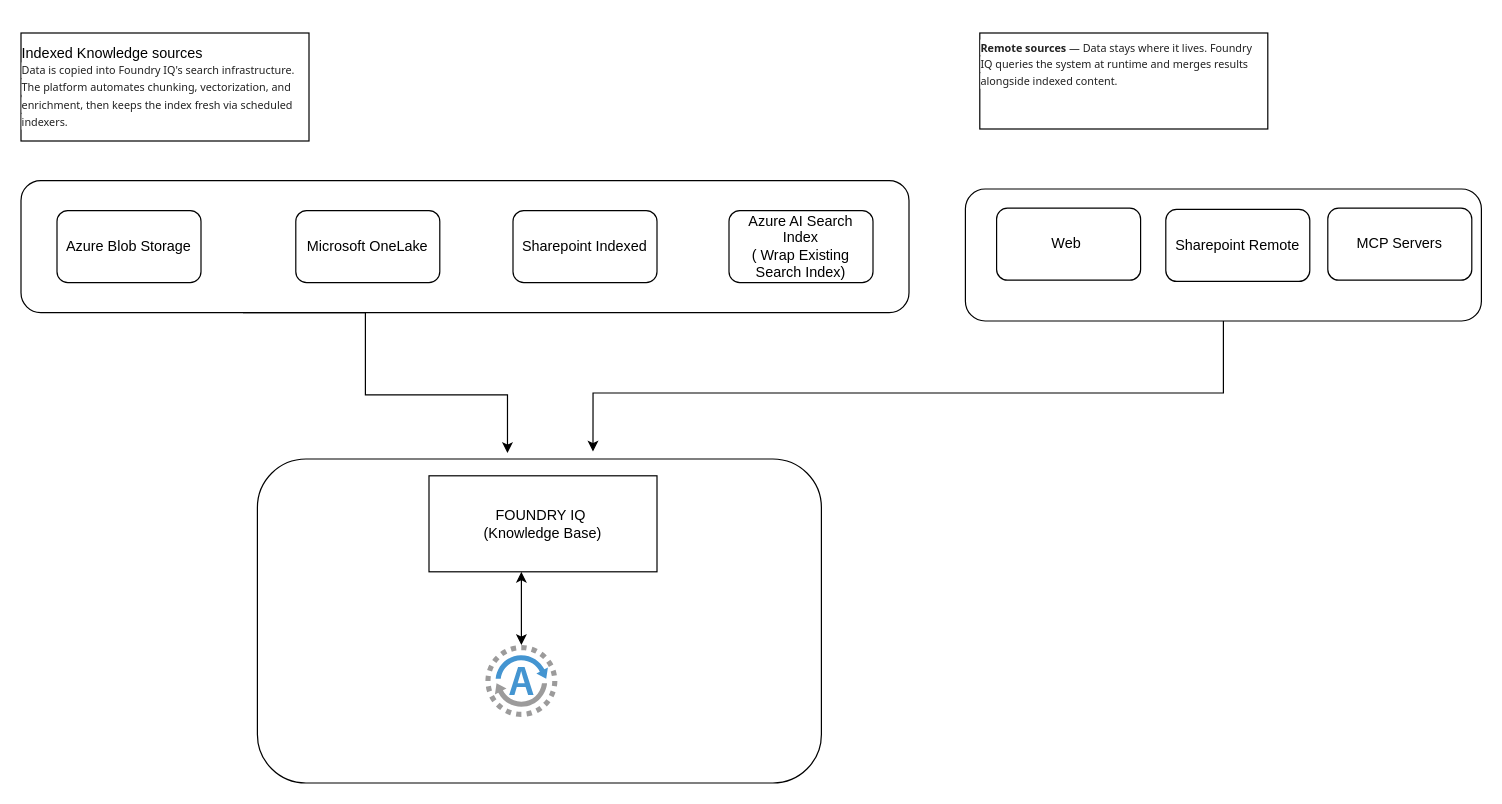
This is page "Foundry Agent + SharePoint Architecture" (1 of 2) of Knowldege_Source_BaseFoundryIQ.drawio from ashokdcosta/diagrams, a draw.io file, before an edit. Source tidied: cells renumbered, new cells numbered last; positions are measured from the earlier drawing's top-left corner, leaving out a move shared by most shapes. Both pictures are drawn from the tidied source at 120%, with x=0, y=0 at pixel (20, 32).
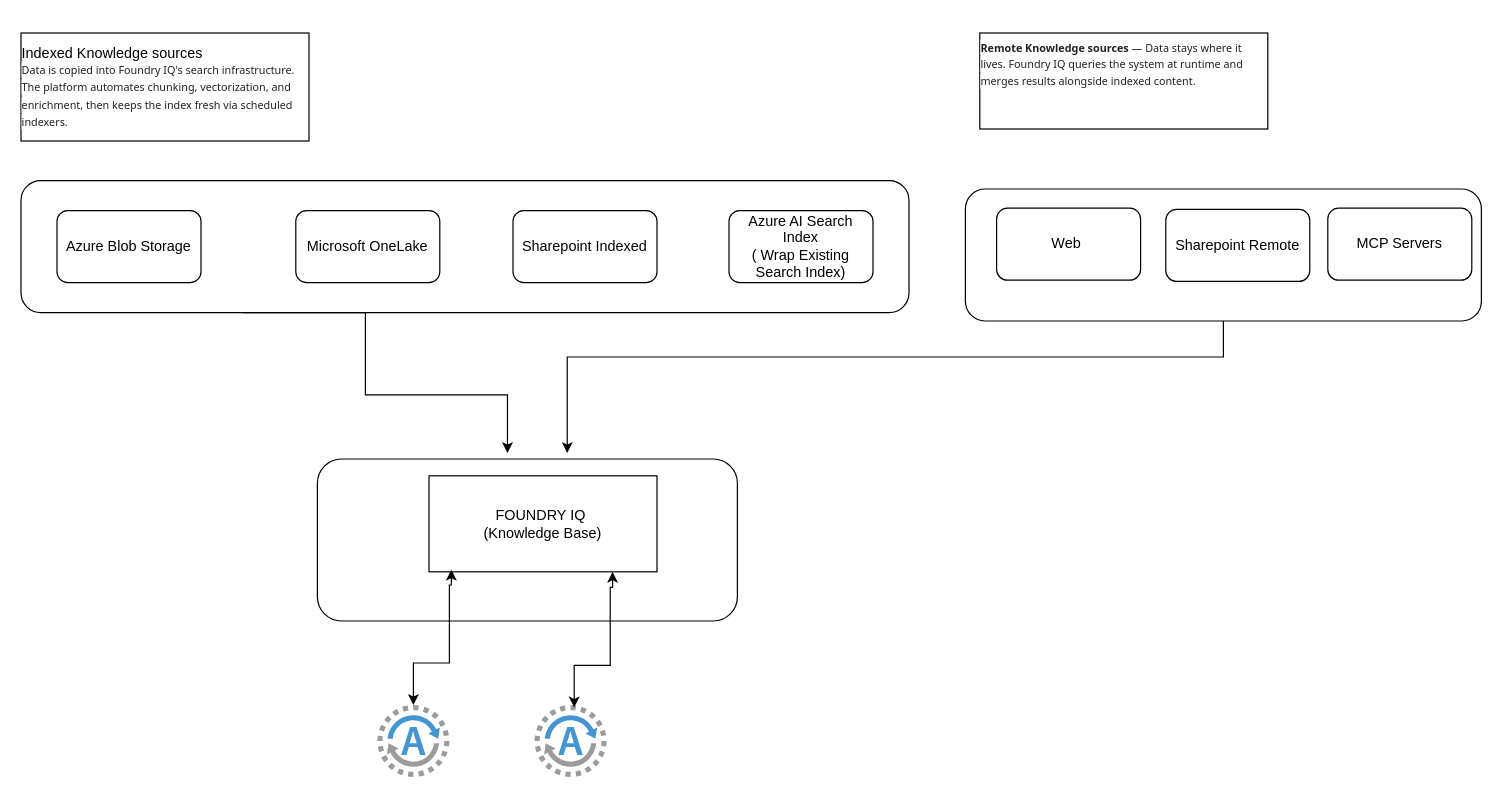
The same page after the edit.

The change refers to these unchanged cells:
```xml
<mxCell id="8" value="FOUNDRY IQ&amp;nbsp;&lt;div&gt;(Knowledge Base)&lt;/div&gt;" style="rounded=0;whiteSpace=wrap;html=1;" parent="1" vertex="1">
  <mxGeometry x="340" y="369" width="190" height="80" as="geometry" />
</mxCell>
<mxCell id="11" style="rounded=1;whiteSpace=wrap;html=1;" parent="1" vertex="1">
  <mxGeometry x="787" y="130" width="430" height="110" as="geometry" />
</mxCell>
```

What changed in the source:
```diff
@@
     <mxCell id="7" style="rounded=1;whiteSpace=wrap;html=1;" parent="1" vertex="1">
-      <mxGeometry x="197" y="355" width="470" height="270" as="geometry" />
+      <mxGeometry x="247" y="355" width="350" height="135" as="geometry" />
     </mxCell>
@@
-    <mxCell id="10" style="edgeStyle=orthogonalEdgeStyle;rounded=0;jettySize=auto;html=1;exitX=0.5;exitY=1;exitDx=0;exitDy=0;entryX=0.595;entryY=-0.023;entryDx=0;entryDy=0;entryPerimeter=0;" parent="1" edge="1" source="11" target="7">
+    <mxCell id="10" style="edgeStyle=orthogonalEdgeStyle;rounded=0;jettySize=auto;html=1;exitX=0.5;exitY=1;exitDx=0;exitDy=0;" parent="1" edge="1" source="11">
       <mxGeometry relative="1" as="geometry">
+        <mxPoint x="455.2" y="350" as="targetPoint" />
         <Array as="points">
-          <mxPoint x="1002" y="300" />
-          <mxPoint x="476.7" y="300" />
+          <mxPoint x="1002" y="270" />
+          <mxPoint x="455.3" y="270" />
         </Array>
       </mxGeometry>
     </mxCell>
@@
-    <mxCell id="15" value="&lt;div style=&quot;text-align: left;&quot;&gt;&lt;font style=&quot;font-size: 9px;&quot;&gt;&lt;strong style=&quot;font-weight: bold; color: rgba(0, 0, 0, 0.87); font-family: system-ui, -apple-system, blinkmacsystemfont, &amp;quot;Segoe UI&amp;quot;, helvetica, arial, sans-serif, &amp;quot;Apple Color Emoji&amp;quot;, &amp;quot;Segoe UI Emoji&amp;quot;, &amp;quot;Segoe UI Symbol&amp;quot;; background-color: rgb(255, 255, 255);&quot;&gt;&lt;br&gt;&lt;/strong&gt;&lt;/font&gt;&lt;/div&gt;&lt;div style=&quot;text-align: left;&quot;&gt;&lt;font style=&quot;font-size: 9px;&quot;&gt;&lt;strong style=&quot;font-weight: bold; color: rgba(0, 0, 0, 0.87); font-family: system-ui, -apple-system, blinkmacsystemfont, &amp;quot;Segoe UI&amp;quot;, helvetica, arial, sans-serif, &amp;quot;Apple Color Emoji&amp;quot;, &amp;quot;Segoe UI Emoji&amp;quot;, &amp;quot;Segoe UI Symbol&amp;quot;; background-color: rgb(255, 255, 255);&quot;&gt;Remote sources&lt;/strong&gt;&lt;span style=&quot;color: rgba(0, 0, 0, 0.87); font-family: system-ui, -apple-system, blinkmacsystemfont, &amp;quot;Segoe UI&amp;quot;, helvetica, arial, sans-serif, &amp;quot;Apple Color Emoji&amp;quot;, &amp;quot;Segoe UI Emoji&amp;quot;, &amp;quot;Segoe UI Symbol&amp;quot;; background-color: rgb(255, 255, 255);&quot;&gt; — Data stays where it lives. Foundry IQ queries the system at runtime and merges results alongside indexed content.&lt;/span&gt;&lt;/font&gt;&lt;/div&gt;&lt;div style=&quot;text-align: left;&quot;&gt;&lt;br&gt;&lt;/div&gt;&lt;div style=&quot;text-align: left;&quot;&gt;&lt;br&gt;&lt;/div&gt;&lt;div&gt;&lt;br&gt;&lt;/div&gt;" style="text;html=1;whiteSpace=wrap;strokeColor=default;fillColor=none;align=center;verticalAlign=middle;rounded=0;strokeWidth=1;" parent="1" vertex="1">
+    <mxCell id="15" value="&lt;div style=&quot;text-align: left;&quot;&gt;&lt;font style=&quot;font-size: 9px;&quot;&gt;&lt;strong style=&quot;font-weight: bold; color: rgba(0, 0, 0, 0.87); font-family: system-ui, -apple-system, blinkmacsystemfont, &amp;quot;Segoe UI&amp;quot;, helvetica, arial, sans-serif, &amp;quot;Apple Color Emoji&amp;quot;, &amp;quot;Segoe UI Emoji&amp;quot;, &amp;quot;Segoe UI Symbol&amp;quot;; background-color: rgb(255, 255, 255);&quot;&gt;&lt;br&gt;&lt;/strong&gt;&lt;/font&gt;&lt;/div&gt;&lt;div style=&quot;text-align: left;&quot;&gt;&lt;font style=&quot;font-size: 9px;&quot;&gt;&lt;strong style=&quot;font-weight: bold; color: rgba(0, 0, 0, 0.87); font-family: system-ui, -apple-system, blinkmacsystemfont, &amp;quot;Segoe UI&amp;quot;, helvetica, arial, sans-serif, &amp;quot;Apple Color Emoji&amp;quot;, &amp;quot;Segoe UI Emoji&amp;quot;, &amp;quot;Segoe UI Symbol&amp;quot;; background-color: rgb(255, 255, 255);&quot;&gt;Remote Knowledge sources&lt;/strong&gt;&lt;span style=&quot;color: rgba(0, 0, 0, 0.87); font-family: system-ui, -apple-system, blinkmacsystemfont, &amp;quot;Segoe UI&amp;quot;, helvetica, arial, sans-serif, &amp;quot;Apple Color Emoji&amp;quot;, &amp;quot;Segoe UI Emoji&amp;quot;, &amp;quot;Segoe UI Symbol&amp;quot;; background-color: rgb(255, 255, 255);&quot;&gt; — Data stays where it lives. Foundry IQ queries the system at runtime and merges results alongside indexed content.&lt;/span&gt;&lt;/font&gt;&lt;/div&gt;&lt;div style=&quot;text-align: left;&quot;&gt;&lt;br&gt;&lt;/div&gt;&lt;div style=&quot;text-align: left;&quot;&gt;&lt;br&gt;&lt;/div&gt;&lt;div&gt;&lt;br&gt;&lt;/div&gt;" style="text;html=1;whiteSpace=wrap;strokeColor=default;fillColor=none;align=center;verticalAlign=middle;rounded=0;strokeWidth=1;" parent="1" vertex="1">
       <mxGeometry x="799" width="240" height="80" as="geometry" />
     </mxCell>
@@
-    <mxCell id="17" style="edgeStyle=orthogonalEdgeStyle;rounded=0;jettySize=auto;html=1;startArrow=classic;startFill=1;" parent="1" edge="1" source="18" target="8">
+    <mxCell id="17" style="edgeStyle=orthogonalEdgeStyle;rounded=0;jettySize=auto;html=1;startArrow=classic;startFill=1;entryX=0.098;entryY=0.979;entryDx=0;entryDy=0;entryPerimeter=0;" parent="1" edge="1" source="18" target="8">
       <mxGeometry relative="1" as="geometry">
         <Array as="points">
-          <mxPoint x="417" y="460" />
-          <mxPoint x="417" y="460" />
+          <mxPoint x="327" y="525" />
+          <mxPoint x="357" y="525" />
+          <mxPoint x="357" y="460" />
+          <mxPoint x="358.6" y="460" />
         </Array>
       </mxGeometry>
     </mxCell>
     <mxCell id="18" style="shadow=0;dashed=0;html=1;strokeColor=none;fillColor=#4495D1;labelPosition=center;verticalLabelPosition=bottom;verticalAlign=top;align=center;outlineConnect=0;shape=mxgraph.veeam.2d.agent;" parent="1" vertex="1">
-      <mxGeometry x="387" y="510" width="60" height="60" as="geometry" />
+      <mxGeometry x="297" y="560" width="60" height="60" as="geometry" />
     </mxCell>
+    <mxCell id="19" style="shadow=0;dashed=0;html=1;strokeColor=none;fillColor=#4495D1;labelPosition=center;verticalLabelPosition=bottom;verticalAlign=top;align=center;shape=mxgraph.veeam.2d.agent;" parent="1" vertex="1">
+      <mxGeometry x="428" y="560" width="60" height="60" as="geometry" />
+    </mxCell>
+    <mxCell id="20" style="edgeStyle=orthogonalEdgeStyle;rounded=0;orthogonalLoop=1;jettySize=auto;html=1;startArrow=classic;startFill=1;entryX=0.098;entryY=0.979;entryDx=0;entryDy=0;entryPerimeter=0;" parent="1" edge="1">
+      <mxGeometry relative="1" as="geometry">
+        <mxPoint x="461" y="562" as="sourcePoint" />
+        <mxPoint x="493" y="449" as="targetPoint" />
+        <Array as="points">
+          <mxPoint x="461" y="527" />
+          <mxPoint x="491" y="527" />
+          <mxPoint x="491" y="462" />
+          <mxPoint x="492.6" y="462" />
+        </Array>
+      </mxGeometry>
+    </mxCell>
```
